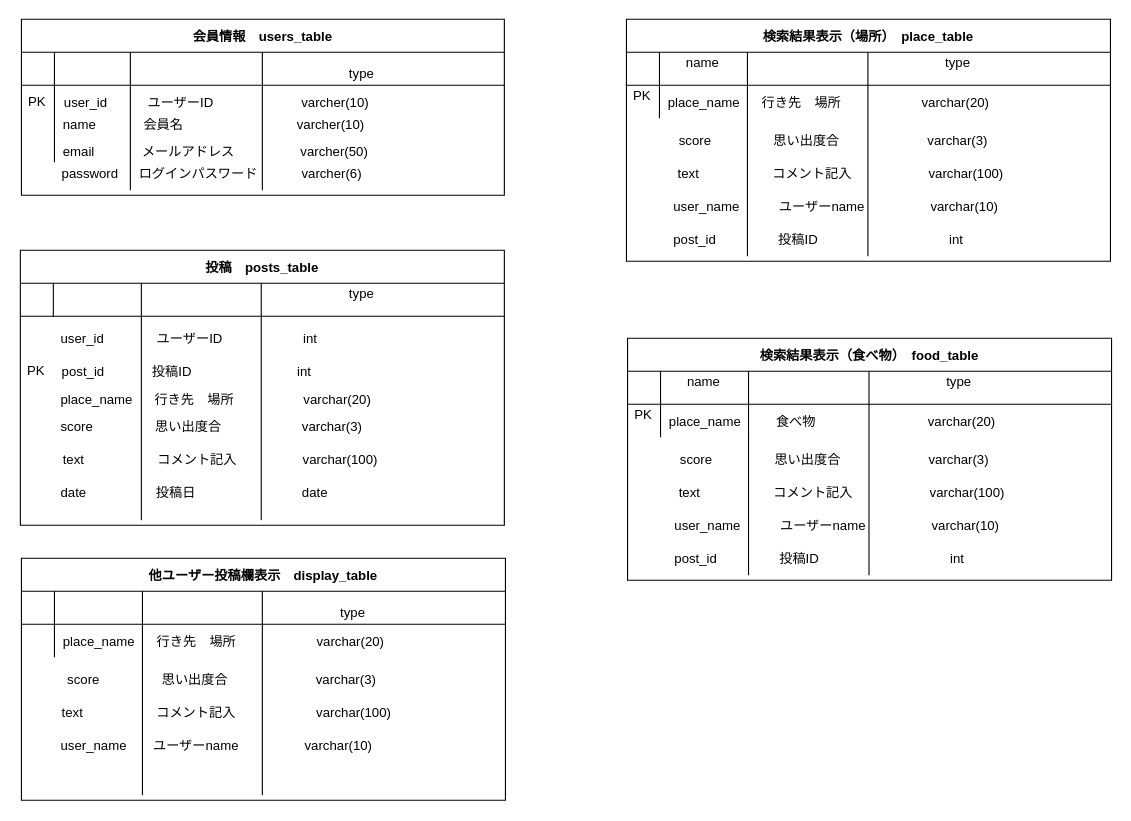
Earlier version of the draw.io diagram 名称未設定ファイル.drawio (ryota8513/portfolio). Source tidied: cells renumbered, new cells numbered last; positions are measured from the earlier drawing's top-left corner, leaving out a move shared by most shapes. Both pictures are drawn from the tidied source at 110%, with x=0, y=0 at pixel (19, 19).
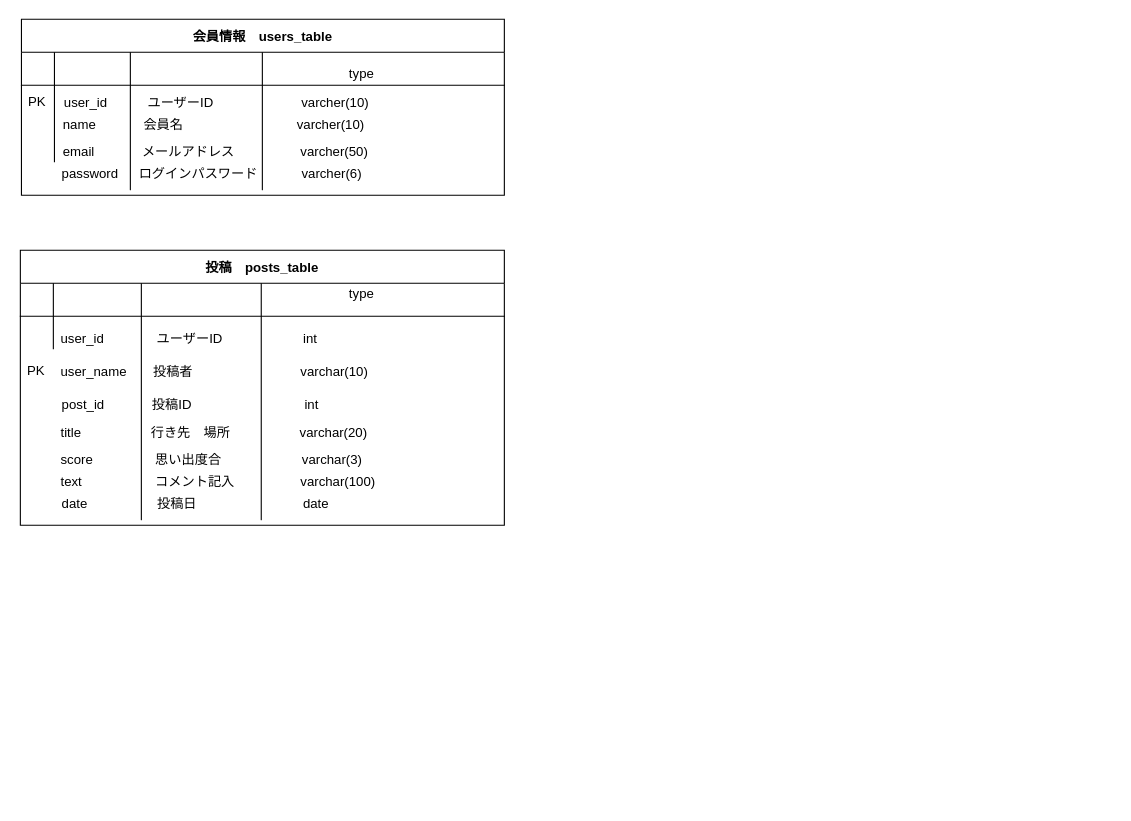
The same page after the edit.

Commit message:
名称未設定ファイル.drawio を更新します

Unchanged cells that the change refers to:
```xml
<mxCell id="18" value="投稿　posts_table" style="shape=table;startSize=30;childLayout=tableLayout;rowLines=0;fontStyle=1;align=center;" parent="1" vertex="1">
  <mxGeometry x="1" y="210" width="440" height="250" as="geometry" />
</mxCell>
```

What changed in the source:
```diff
@@
+    <mxCell id="48" style="shape=partialRectangle;fillColor=none;top=0;left=0;bottom=0;right=0;" parent="18" vertex="1">
+      <mxGeometry y="60" width="440" height="30" as="geometry" />
+    </mxCell>
+    <mxCell id="49" style="shape=partialRectangle;fillColor=none;top=0;left=0;bottom=0;right=0;overflow=hidden;" parent="48" vertex="1">
+      <mxGeometry width="30" height="30" as="geometry" />
+    </mxCell>
+    <mxCell id="50" style="shape=partialRectangle;fillColor=none;top=0;left=0;bottom=0;right=0;align=left;spacingLeft=6;overflow=hidden;" parent="48" vertex="1">
+      <mxGeometry x="30" width="410" height="30" as="geometry" />
+    </mxCell>
@@
     <mxCell id="24" value="text                    コメント記入                  varchar(100)" style="shape=partialRectangle;fillColor=none;top=0;left=0;bottom=0;right=0;align=left;spacingLeft=6;overflow=hidden;" parent="1" vertex="1">
-      <mxGeometry x="32" y="390" width="299" height="20" as="geometry" />
+      <mxGeometry x="30" y="410" width="299" height="20" as="geometry" />
     </mxCell>
     <mxCell id="25" value="score                 思い出度合                      varchar(3)" style="shape=partialRectangle;fillColor=none;top=0;left=0;bottom=0;right=0;align=left;spacingLeft=6;overflow=hidden;" parent="1" vertex="1">
-      <mxGeometry x="30" y="360" width="290" height="20" as="geometry" />
+      <mxGeometry x="30" y="390" width="290" height="20" as="geometry" />
     </mxCell>
@@
     <mxCell id="27" value="date                   投稿日                             date" style="shape=partialRectangle;fillColor=none;top=0;left=0;bottom=0;right=0;align=left;spacingLeft=6;overflow=hidden;" parent="1" vertex="1">
-      <mxGeometry x="30" y="420" width="290" height="20" as="geometry" />
+      <mxGeometry x="31" y="430" width="290" height="20" as="geometry" />
     </mxCell>
-    <mxCell id="28" value="他ユーザー投稿欄表示　display_table" style="shape=table;startSize=30;childLayout=tableLayout;rowLines=0;fontStyle=1;align=center;" parent="1" vertex="1">
-      <mxGeometry x="2" y="490" width="440" height="220" as="geometry" />
-    </mxCell>
-    <mxCell id="29" style="shape=partialRectangle;fillColor=none;top=0;left=0;bottom=1;right=0;" parent="28" vertex="1">
-      <mxGeometry y="30" width="440" height="30" as="geometry" />
-    </mxCell>
-    <mxCell id="30" style="shape=partialRectangle;fillColor=none;top=0;left=0;bottom=0;right=0;fontStyle=1;overflow=hidden;" parent="29" vertex="1">
-      <mxGeometry width="30" height="30" as="geometry" />
-    </mxCell>
-    <mxCell id="31" style="shape=partialRectangle;fillColor=none;top=0;left=0;bottom=0;right=0;align=left;spacingLeft=6;fontStyle=5;overflow=hidden;" parent="29" vertex="1">
-      <mxGeometry x="30" width="410" height="30" as="geometry" />
-    </mxCell>
-    <mxCell id="32" style="shape=partialRectangle;fillColor=none;top=0;left=0;bottom=0;right=0;" parent="28" vertex="1">
-      <mxGeometry y="60" width="440" height="30" as="geometry" />
-    </mxCell>
-    <mxCell id="33" style="shape=partialRectangle;fillColor=none;top=0;left=0;bottom=0;right=0;overflow=hidden;" parent="32" vertex="1">
-      <mxGeometry width="30" height="30" as="geometry" />
-    </mxCell>
-    <mxCell id="34" value="place_name      行き先　場所                      varchar(20)" style="shape=partialRectangle;fillColor=none;top=0;left=0;bottom=0;right=0;align=left;spacingLeft=6;overflow=hidden;" parent="32" vertex="1">
-      <mxGeometry x="30" width="410" height="30" as="geometry" />
-    </mxCell>
-    <mxCell id="35" style="endArrow=none;html=1;" parent="1" edge="1">
-      <mxGeometry relative="1" as="geometry">
-        <mxPoint x="112" y="580" as="sourcePoint" />
-        <mxPoint x="112" y="520" as="targetPoint" />
-        <Array as="points">
-          <mxPoint x="112" y="710" />
-        </Array>
-      </mxGeometry>
-    </mxCell>
-    <mxCell id="36" style="endArrow=none;html=1;" parent="1" edge="1">
-      <mxGeometry relative="1" as="geometry">
-        <mxPoint x="221" y="580" as="sourcePoint" />
-        <mxPoint x="221" y="520" as="targetPoint" />
-        <Array as="points">
-          <mxPoint x="221" y="710" />
-        </Array>
-      </mxGeometry>
-    </mxCell>
-    <mxCell id="37" value="text                    コメント記入                      varchar(100)" style="shape=partialRectangle;fillColor=none;top=0;left=0;bottom=0;right=0;align=left;spacingLeft=6;overflow=hidden;" parent="1" vertex="1">
-      <mxGeometry x="31" y="620" width="310" height="20" as="geometry" />
-    </mxCell>
-    <mxCell id="38" value="score                 思い出度合                        varchar(3)" style="shape=partialRectangle;fillColor=none;top=0;left=0;bottom=0;right=0;align=left;spacingLeft=6;overflow=hidden;" parent="1" vertex="1">
-      <mxGeometry x="36" y="590" width="290" height="20" as="geometry" />
-    </mxCell>
-    <mxCell id="39" value="user_name　　ユーザーname                  varchar(10)" style="shape=partialRectangle;fillColor=none;top=0;left=0;bottom=0;right=0;align=left;spacingLeft=6;overflow=hidden;" parent="1" vertex="1">
-      <mxGeometry x="30" y="650" width="330" height="20" as="geometry" />
-    </mxCell>
@@
-    <mxCell id="43" value="type" style="text;html=1;align=center;verticalAlign=middle;" parent="1" vertex="1">
-      <mxGeometry x="283" y="530" width="40" height="20" as="geometry" />
-    </mxCell>
-    <mxCell id="44" value="検索結果表示（食べ物）　food_table" style="shape=table;startSize=30;childLayout=tableLayout;rowLines=0;fontStyle=1;align=center;" parent="1" vertex="1">
-      <mxGeometry x="553" y="290" width="440" height="220" as="geometry" />
-    </mxCell>
-    <mxCell id="45" style="shape=partialRectangle;fillColor=none;top=0;left=0;bottom=1;right=0;" parent="44" vertex="1">
-      <mxGeometry y="30" width="440" height="30" as="geometry" />
-    </mxCell>
-    <mxCell id="46" style="shape=partialRectangle;fillColor=none;top=0;left=0;bottom=0;right=0;fontStyle=1;overflow=hidden;" parent="45" vertex="1">
-      <mxGeometry width="30" height="30" as="geometry" />
-    </mxCell>
-    <mxCell id="47" style="shape=partialRectangle;fillColor=none;top=0;left=0;bottom=0;right=0;align=left;spacingLeft=6;fontStyle=5;overflow=hidden;" parent="45" vertex="1">
-      <mxGeometry x="30" width="410" height="30" as="geometry" />
-    </mxCell>
-    <mxCell id="48" style="shape=partialRectangle;fillColor=none;top=0;left=0;bottom=0;right=0;" parent="44" vertex="1">
-      <mxGeometry y="60" width="440" height="30" as="geometry" />
-    </mxCell>
-    <mxCell id="49" style="shape=partialRectangle;fillColor=none;top=0;left=0;bottom=0;right=0;overflow=hidden;" parent="48" vertex="1">
-      <mxGeometry width="30" height="30" as="geometry" />
-    </mxCell>
-    <mxCell id="50" value="place_name     　 食べ物                      　     varchar(20)" style="shape=partialRectangle;fillColor=none;top=0;left=0;bottom=0;right=0;align=left;spacingLeft=6;overflow=hidden;" parent="48" vertex="1">
-      <mxGeometry x="30" width="410" height="30" as="geometry" />
-    </mxCell>
-    <mxCell id="51" style="endArrow=none;html=1;" parent="1" edge="1">
-      <mxGeometry relative="1" as="geometry">
-        <mxPoint x="663" y="380" as="sourcePoint" />
-        <mxPoint x="663" y="320" as="targetPoint" />
-        <Array as="points">
-          <mxPoint x="663" y="510" />
-        </Array>
-      </mxGeometry>
-    </mxCell>
-    <mxCell id="52" style="endArrow=none;html=1;" parent="1" edge="1">
-      <mxGeometry relative="1" as="geometry">
-        <mxPoint x="772.5" y="380" as="sourcePoint" />
-        <mxPoint x="772.5" y="320" as="targetPoint" />
-        <Array as="points">
-          <mxPoint x="772.5" y="510" />
-        </Array>
-      </mxGeometry>
-    </mxCell>
-    <mxCell id="53" value="text                    コメント記入                     varchar(100)" style="shape=partialRectangle;fillColor=none;top=0;left=0;bottom=0;right=0;align=left;spacingLeft=6;overflow=hidden;" parent="1" vertex="1">
-      <mxGeometry x="592" y="420" width="310" height="20" as="geometry" />
-    </mxCell>
-    <mxCell id="54" value="score                 思い出度合                        varchar(3)" style="shape=partialRectangle;fillColor=none;top=0;left=0;bottom=0;right=0;align=left;spacingLeft=6;overflow=hidden;" parent="1" vertex="1">
-      <mxGeometry x="593" y="390" width="290" height="20" as="geometry" />
-    </mxCell>
-    <mxCell id="55" value="user_name　　　ユーザーname                  varchar(10)" style="shape=partialRectangle;fillColor=none;top=0;left=0;bottom=0;right=0;align=left;spacingLeft=6;overflow=hidden;" parent="1" vertex="1">
-      <mxGeometry x="588" y="450" width="330" height="20" as="geometry" />
+    <mxCell id="55" value="user_name　　投稿者            　　　　   varchar(10)" style="shape=partialRectangle;fillColor=none;top=0;left=0;bottom=0;right=0;align=left;spacingLeft=6;overflow=hidden;" parent="1" vertex="1">
+      <mxGeometry x="30" y="310" width="330" height="20" as="geometry" />
     </mxCell>
-    <mxCell id="56" value="name" style="text;html=1;align=center;verticalAlign=middle;" parent="1" vertex="1">
-      <mxGeometry x="597" y="320" width="50" height="20" as="geometry" />
-    </mxCell>
-    <mxCell id="57" value="type" style="text;html=1;align=center;verticalAlign=middle;" parent="1" vertex="1">
-      <mxGeometry x="834" y="320" width="40" height="20" as="geometry" />
-    </mxCell>
-    <mxCell id="58" value="place_name      行き先　場所                   varchar(20)" style="shape=partialRectangle;fillColor=none;top=0;left=0;bottom=0;right=0;align=left;spacingLeft=6;overflow=hidden;" parent="1" vertex="1">
-      <mxGeometry x="30" y="330" width="410" height="30" as="geometry" />
+    <mxCell id="58" value="title                   行き先　場所                   varchar(20)" style="shape=partialRectangle;fillColor=none;top=0;left=0;bottom=0;right=0;align=left;spacingLeft=6;overflow=hidden;" parent="1" vertex="1">
+      <mxGeometry x="30" y="360" width="410" height="30" as="geometry" />
     </mxCell>
-    <mxCell id="59" value="post_id             投稿ID　　　　　　　　int" style="shape=partialRectangle;fillColor=none;top=0;left=0;bottom=0;right=0;align=left;spacingLeft=6;overflow=hidden;" parent="1" vertex="1">
-      <mxGeometry x="31" y="310" width="290" height="20" as="geometry" />
+    <mxCell id="59" value="post_id             投稿ID　　　　　　　　  int" style="shape=partialRectangle;fillColor=none;top=0;left=0;bottom=0;right=0;align=left;spacingLeft=6;overflow=hidden;" parent="1" vertex="1">
+      <mxGeometry x="31" y="340" width="290" height="20" as="geometry" />
     </mxCell>
-    <mxCell id="60" value="post_id                 投稿ID　　　　　　　　       int" style="shape=partialRectangle;fillColor=none;top=0;left=0;bottom=0;right=0;align=left;spacingLeft=6;overflow=hidden;" parent="1" vertex="1">
-      <mxGeometry x="588" y="480" width="330" height="20" as="geometry" />
-    </mxCell>
@@
-    <mxCell id="63" value="PK" style="text;html=1;align=center;verticalAlign=middle;" parent="1" vertex="1">
-      <mxGeometry x="552" y="350" width="30" height="20" as="geometry" />
-    </mxCell>
-    <mxCell id="64" value="検索結果表示（場所）　place_table" style="shape=table;startSize=30;childLayout=tableLayout;rowLines=0;fontStyle=1;align=center;" parent="1" vertex="1">
-      <mxGeometry x="552" width="440" height="220" as="geometry" />
-    </mxCell>
-    <mxCell id="65" style="shape=partialRectangle;fillColor=none;top=0;left=0;bottom=1;right=0;" parent="64" vertex="1">
-      <mxGeometry y="30" width="440" height="30" as="geometry" />
-    </mxCell>
-    <mxCell id="66" style="shape=partialRectangle;fillColor=none;top=0;left=0;bottom=0;right=0;fontStyle=1;overflow=hidden;" parent="65" vertex="1">
-      <mxGeometry width="30" height="30" as="geometry" />
-    </mxCell>
-    <mxCell id="67" style="shape=partialRectangle;fillColor=none;top=0;left=0;bottom=0;right=0;align=left;spacingLeft=6;fontStyle=5;overflow=hidden;" parent="65" vertex="1">
-      <mxGeometry x="30" width="410" height="30" as="geometry" />
-    </mxCell>
-    <mxCell id="68" style="shape=partialRectangle;fillColor=none;top=0;left=0;bottom=0;right=0;" parent="64" vertex="1">
-      <mxGeometry y="60" width="440" height="30" as="geometry" />
-    </mxCell>
-    <mxCell id="69" style="shape=partialRectangle;fillColor=none;top=0;left=0;bottom=0;right=0;overflow=hidden;" parent="68" vertex="1">
-      <mxGeometry width="30" height="30" as="geometry" />
-    </mxCell>
-    <mxCell id="70" value="place_name      行き先　場所                      varchar(20)" style="shape=partialRectangle;fillColor=none;top=0;left=0;bottom=0;right=0;align=left;spacingLeft=6;overflow=hidden;" parent="68" vertex="1">
-      <mxGeometry x="30" width="410" height="30" as="geometry" />
-    </mxCell>
-    <mxCell id="71" style="endArrow=none;html=1;" parent="1" edge="1">
-      <mxGeometry relative="1" as="geometry">
-        <mxPoint x="662" y="90" as="sourcePoint" />
-        <mxPoint x="662" y="30" as="targetPoint" />
-        <Array as="points">
-          <mxPoint x="662" y="220" />
-        </Array>
-      </mxGeometry>
-    </mxCell>
-    <mxCell id="72" style="endArrow=none;html=1;" parent="1" edge="1">
-      <mxGeometry relative="1" as="geometry">
-        <mxPoint x="771.5" y="90" as="sourcePoint" />
-        <mxPoint x="771.5" y="30" as="targetPoint" />
-        <Array as="points">
-          <mxPoint x="771.5" y="220" />
-        </Array>
-      </mxGeometry>
-    </mxCell>
-    <mxCell id="73" value="text                    コメント記入                     varchar(100)" style="shape=partialRectangle;fillColor=none;top=0;left=0;bottom=0;right=0;align=left;spacingLeft=6;overflow=hidden;" parent="1" vertex="1">
-      <mxGeometry x="591" y="130" width="310" height="20" as="geometry" />
-    </mxCell>
-    <mxCell id="74" value="score                 思い出度合                        varchar(3)" style="shape=partialRectangle;fillColor=none;top=0;left=0;bottom=0;right=0;align=left;spacingLeft=6;overflow=hidden;" parent="1" vertex="1">
-      <mxGeometry x="592" y="100" width="290" height="20" as="geometry" />
-    </mxCell>
-    <mxCell id="75" value="user_name　　　ユーザーname                  varchar(10)" style="shape=partialRectangle;fillColor=none;top=0;left=0;bottom=0;right=0;align=left;spacingLeft=6;overflow=hidden;" parent="1" vertex="1">
-      <mxGeometry x="587" y="160" width="330" height="20" as="geometry" />
-    </mxCell>
-    <mxCell id="76" value="name" style="text;html=1;align=center;verticalAlign=middle;" parent="1" vertex="1">
-      <mxGeometry x="596" y="30" width="50" height="20" as="geometry" />
-    </mxCell>
-    <mxCell id="77" value="type" style="text;html=1;align=center;verticalAlign=middle;" parent="1" vertex="1">
-      <mxGeometry x="833" y="30" width="40" height="20" as="geometry" />
-    </mxCell>
-    <mxCell id="78" value="post_id                 投稿ID　　　　　　　　       int" style="shape=partialRectangle;fillColor=none;top=0;left=0;bottom=0;right=0;align=left;spacingLeft=6;overflow=hidden;" parent="1" vertex="1">
-      <mxGeometry x="587" y="190" width="330" height="20" as="geometry" />
-    </mxCell>
-    <mxCell id="79" value="PK" style="text;html=1;align=center;verticalAlign=middle;" parent="1" vertex="1">
-      <mxGeometry x="551" y="60" width="30" height="20" as="geometry" />
-    </mxCell>
```
